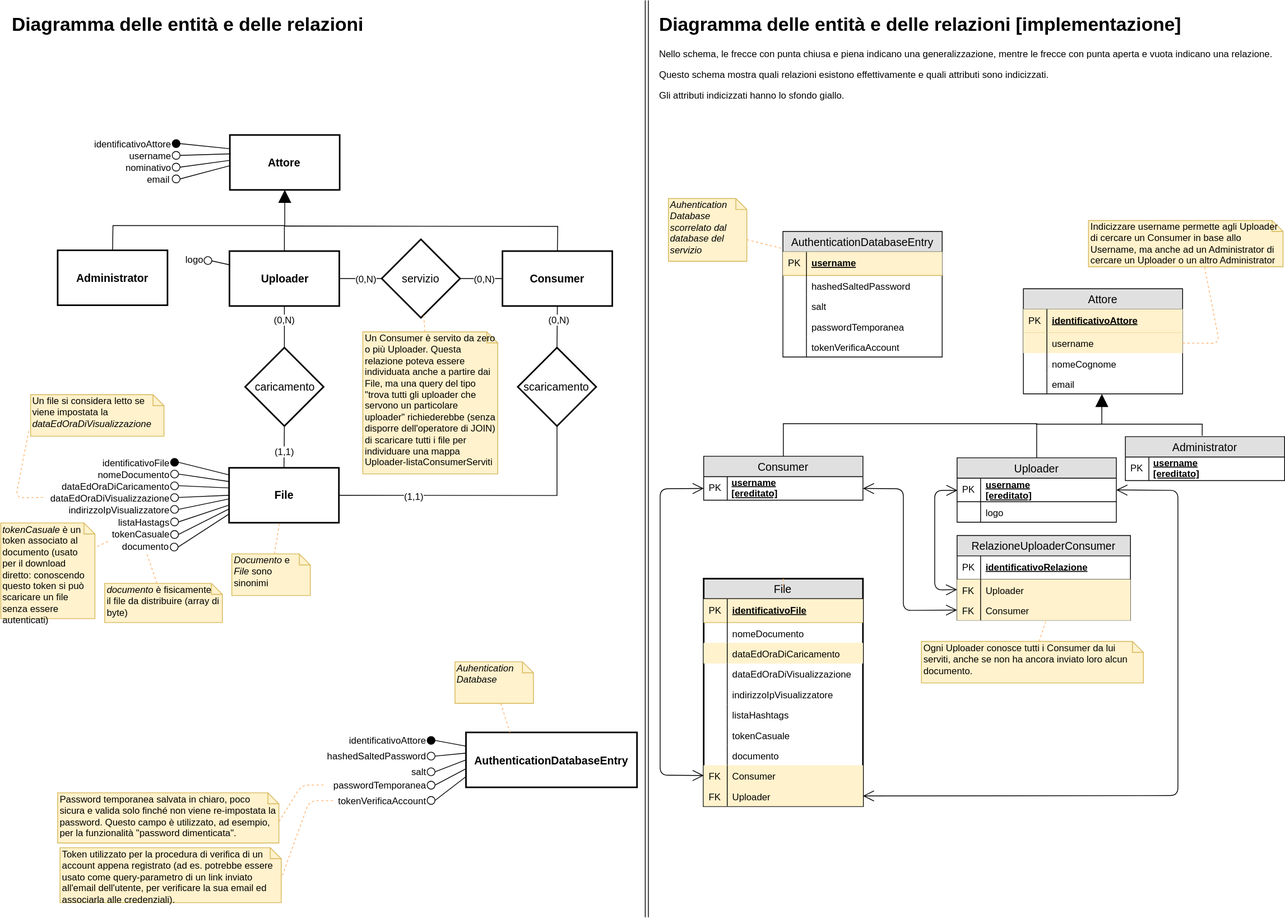
Earlier version of the draw.io export algoritmi schemi e note progettuali/diagramma ER/diagramma_er.svg (matteoferfoglia/progetto-progrweb-2020). Source tidied: cells renumbered, new cells last; positions are measured from the earlier drawing's top-left corner, leaving out a move shared by most shapes.
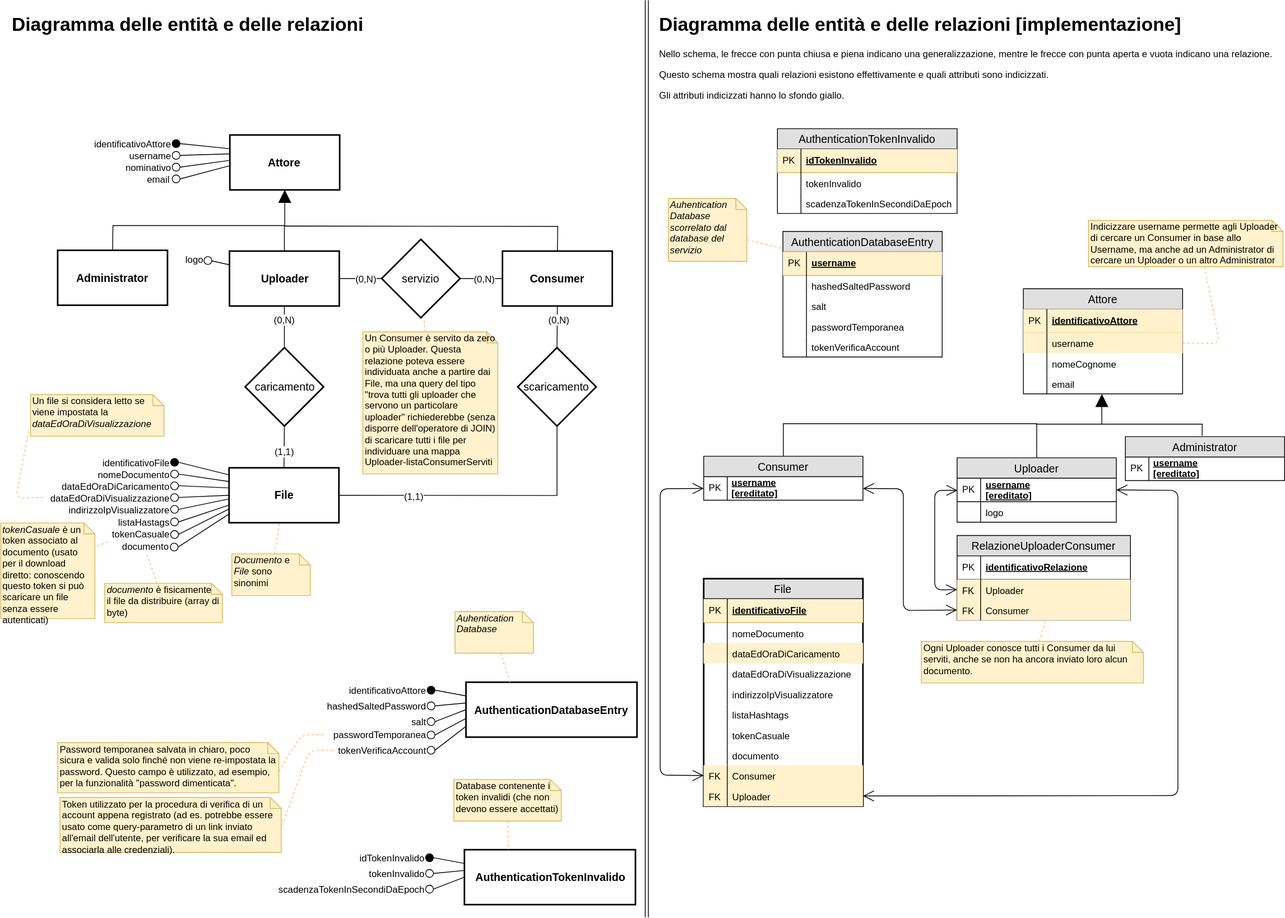
The same file after the commit.

Diff of the diagram source:
```diff
@@ -181,7 +181,7 @@
       <mxGeometry x="0.48" y="1" relative="1" as="geometry" />
     </mxCell>
     <mxCell id="58" value="AuthenticationDatabaseEntry" style="strokeWidth=2;whiteSpace=wrap;html=1;align=center;fontSize=14;fontStyle=1;" parent="1" vertex="1">
-      <mxGeometry x="593.5" y="933" width="218" height="70" as="geometry" />
+      <mxGeometry x="593.5" y="869" width="218" height="70" as="geometry" />
     </mxCell>
     <mxCell id="59" style="group;" parent="1" vertex="1">
       <mxGeometry x="105" y="578.5" width="122" height="20" as="geometry" />
@@ -199,7 +199,7 @@
       <mxGeometry width="112" height="20" as="geometry" />
     </mxCell>
     <mxCell id="64" style="group;" parent="1" vertex="1">
-      <mxGeometry x="432" y="933" width="122" height="20" as="geometry" />
+      <mxGeometry x="432" y="869" width="122" height="20" as="geometry" />
     </mxCell>
     <mxCell id="65" style="group;" parent="64" vertex="1">
       <mxGeometry x="112" y="5.2" width="10" height="10" as="geometry" />
@@ -338,7 +338,7 @@
       <mxGeometry relative="1" as="geometry" />
     </mxCell>
     <mxCell id="109" style="group;" parent="1" vertex="1">
-      <mxGeometry x="442" y="953" width="112" height="20" as="geometry" />
+      <mxGeometry x="442" y="889" width="112" height="20" as="geometry" />
     </mxCell>
     <mxCell id="110" style="group;" parent="109" vertex="1">
       <mxGeometry x="102" y="5.2" width="10" height="10" as="geometry" />
@@ -356,7 +356,7 @@
       <mxGeometry x="-30" width="132" height="20" as="geometry" />
     </mxCell>
     <mxCell id="115" style="group;" parent="1" vertex="1">
-      <mxGeometry x="442" y="973" width="112" height="20" as="geometry" />
+      <mxGeometry x="442" y="909" width="112" height="20" as="geometry" />
     </mxCell>
     <mxCell id="116" style="group;" parent="115" vertex="1">
       <mxGeometry x="102" y="5.2" width="10" height="10" as="geometry" />
@@ -387,11 +387,11 @@
     </mxCell>
     <mxCell id="125" style="endArrow=none;dashed=1;html=1;strokeColor=#FFB570;fillColor=#ffcc99;" parent="124" edge="1" source="126">
       <mxGeometry relative="1" as="geometry">
-        <mxPoint x="75.5" y="227.5" as="targetPoint" />
+        <mxPoint x="75.5" y="163.5" as="targetPoint" />
       </mxGeometry>
     </mxCell>
     <mxCell id="126" value="&lt;i&gt;Auhentication&lt;br&gt;Database&lt;br&gt;&lt;/i&gt;" style="shape=note;whiteSpace=wrap;html=1;size=14;verticalAlign=top;align=left;spacingTop=-6;fillColor=#fff2cc;strokeColor=#d6b656;" parent="1" vertex="1">
-      <mxGeometry x="579.5" y="843" width="100" height="53" as="geometry" />
+      <mxGeometry x="579.5" y="779" width="100" height="53" as="geometry" />
     </mxCell>
     <mxCell id="127" value="servizio" style="shape=rhombus;strokeWidth=2;fontSize=17;perimeter=rhombusPerimeter;whiteSpace=wrap;html=1;align=center;fontSize=14;" parent="1" vertex="1">
       <mxGeometry x="486" y="304.5" width="100" height="100" as="geometry" />
@@ -736,7 +736,7 @@
       <mxGeometry relative="1" as="geometry" />
     </mxCell>
     <mxCell id="222" style="group;" parent="1" vertex="1">
-      <mxGeometry x="442" y="990" width="112" height="20" as="geometry" />
+      <mxGeometry x="442" y="926" width="112" height="20" as="geometry" />
     </mxCell>
     <mxCell id="223" style="group;" parent="222" vertex="1">
       <mxGeometry x="102" y="5.2" width="10" height="10" as="geometry" />
@@ -757,23 +757,23 @@
       <mxGeometry relative="1" as="geometry" />
     </mxCell>
     <mxCell id="229" value="Password temporanea salvata in chiaro, poco sicura e valida solo finché non viene re-impostata la password. Questo campo è utilizzato, ad esempio, per la funzionalità &quot;password dimenticata&quot;." style="shape=note;whiteSpace=wrap;html=1;size=14;verticalAlign=top;align=left;spacingTop=-6;fillColor=#fff2cc;strokeColor=#d6b656;" parent="1" vertex="1">
-      <mxGeometry x="73" y="1010" width="282" height="64" as="geometry" />
+      <mxGeometry x="73" y="946" width="282" height="64" as="geometry" />
     </mxCell>
     <mxCell id="230" style="endArrow=none;dashed=1;html=1;strokeColor=#FFB570;fillColor=#ffcc99;exitX=0;exitY=0.5;exitDx=0;exitDy=0;entryX=0;entryY=0;entryDx=282;entryDy=37;entryPerimeter=0;" parent="1" edge="1" source="227" target="229">
       <mxGeometry relative="1" as="geometry">
         <Array as="points">
-          <mxPoint x="384" y="1000" />
+          <mxPoint x="384" y="936" />
         </Array>
       </mxGeometry>
     </mxCell>
     <mxCell id="231" value="tokenVerificaAccount" style="text;html=1;strokeColor=none;fillColor=none;align=right;verticalAlign=middle;whiteSpace=wrap;rounded=0;labelBackgroundColor=none;" parent="1" vertex="1">
-      <mxGeometry x="424" y="1010" width="120" height="20" as="geometry" />
+      <mxGeometry x="424" y="946" width="120" height="20" as="geometry" />
     </mxCell>
     <mxCell id="232" style="endArrow=none;html=1;strokeWidth=1;exitX=1;exitY=0.5;exitDx=0;exitDy=0;entryX=0.002;entryY=0.8;entryDx=0;entryDy=0;entryPerimeter=0;" parent="1" edge="1" source="236" target="58">
       <mxGeometry relative="1" as="geometry" />
     </mxCell>
     <mxCell id="233" style="group;" parent="1" vertex="1">
-      <mxGeometry x="544" y="1014.7" width="10" height="10" as="geometry" />
+      <mxGeometry x="544" y="950.7" width="10" height="10" as="geometry" />
     </mxCell>
     <mxCell id="234" style="group;" parent="233" vertex="1">
       <mxGeometry width="10" height="10" as="geometry" />
@@ -785,14 +785,103 @@
       <mxGeometry width="10" height="10" as="geometry" />
     </mxCell>
     <mxCell id="237" value="Token utilizzato per la procedura di verifica di un account appena registrato (ad es. potrebbe essere usato come query-parametro di un link inviato all'email dell'utente, per verificare la sua email ed associarla alle credenziali)." style="shape=note;whiteSpace=wrap;html=1;size=14;verticalAlign=top;align=left;spacingTop=-6;fillColor=#fff2cc;strokeColor=#d6b656;" parent="1" vertex="1">
-      <mxGeometry x="76" y="1080" width="282" height="70" as="geometry" />
+      <mxGeometry x="76" y="1016" width="282" height="70" as="geometry" />
     </mxCell>
     <mxCell id="238" style="endArrow=none;dashed=1;html=1;strokeColor=#FFB570;fillColor=#ffcc99;exitX=0;exitY=0.5;exitDx=0;exitDy=0;entryX=0;entryY=0;entryDx=282;entryDy=39;entryPerimeter=0;" parent="1" edge="1" source="231" target="237">
       <mxGeometry relative="1" as="geometry">
         <Array as="points">
-          <mxPoint x="394" y="1020" />
+          <mxPoint x="394" y="956" />
         </Array>
       </mxGeometry>
     </mxCell>
+    <mxCell id="239" value="AuthenticationTokenInvalido" style="strokeWidth=2;whiteSpace=wrap;html=1;align=center;fontSize=14;fontStyle=1;" parent="1" vertex="1">
+      <mxGeometry x="591.5" y="1082.5" width="218" height="70" as="geometry" />
+    </mxCell>
+    <mxCell id="240" style="group;" parent="1" vertex="1">
+      <mxGeometry x="430" y="1082.5" width="122" height="20" as="geometry" />
+    </mxCell>
+    <mxCell id="241" style="group;" parent="240" vertex="1">
+      <mxGeometry x="112" y="5.2" width="10" height="10" as="geometry" />
+    </mxCell>
+    <mxCell id="242" style="ellipse;whiteSpace=wrap;html=1;labelBackgroundColor=#000000;fillColor=#000000;" parent="241" vertex="1">
+      <mxGeometry width="10" height="10" as="geometry" />
+    </mxCell>
+    <mxCell id="243" value="idTokenInvalido" style="text;html=1;strokeColor=none;fillColor=none;align=right;verticalAlign=middle;whiteSpace=wrap;rounded=0;labelBackgroundColor=none;" parent="240" vertex="1">
+      <mxGeometry width="112" height="20" as="geometry" />
+    </mxCell>
+    <mxCell id="244" style="group;" parent="1" vertex="1">
+      <mxGeometry x="440" y="1102.5" width="112" height="20" as="geometry" />
+    </mxCell>
+    <mxCell id="245" style="group;" parent="244" vertex="1">
+      <mxGeometry x="102" y="5.2" width="10" height="10" as="geometry" />
+    </mxCell>
+    <mxCell id="246" style="group;" parent="245" vertex="1">
+      <mxGeometry width="10" height="10" as="geometry" />
+    </mxCell>
+    <mxCell id="247" style="group;" parent="246" vertex="1">
+      <mxGeometry width="10" height="10" as="geometry" />
+    </mxCell>
+    <mxCell id="248" style="ellipse;whiteSpace=wrap;html=1;" parent="247" vertex="1">
+      <mxGeometry width="10" height="10" as="geometry" />
+    </mxCell>
+    <mxCell id="249" value="tokenInvalido" style="text;html=1;strokeColor=none;fillColor=none;align=right;verticalAlign=middle;whiteSpace=wrap;rounded=0;labelBackgroundColor=none;" parent="244" vertex="1">
+      <mxGeometry x="-30" width="132" height="20" as="geometry" />
+    </mxCell>
+    <mxCell id="250" style="group;" parent="1" vertex="1">
+      <mxGeometry x="440" y="1122.5" width="112" height="20" as="geometry" />
+    </mxCell>
+    <mxCell id="251" style="group;" parent="250" vertex="1">
+      <mxGeometry x="102" y="5.2" width="10" height="10" as="geometry" />
+    </mxCell>
+    <mxCell id="252" style="group;" parent="251" vertex="1">
+      <mxGeometry width="10" height="10" as="geometry" />
+    </mxCell>
+    <mxCell id="253" style="group;" parent="252" vertex="1">
+      <mxGeometry width="10" height="10" as="geometry" />
+    </mxCell>
+    <mxCell id="254" style="ellipse;whiteSpace=wrap;html=1;" parent="253" vertex="1">
+      <mxGeometry width="10" height="10" as="geometry" />
+    </mxCell>
+    <mxCell id="255" value="scadenzaTokenInSecondiDaEpoch" style="text;html=1;strokeColor=none;fillColor=none;align=right;verticalAlign=middle;whiteSpace=wrap;rounded=0;labelBackgroundColor=none;" parent="250" vertex="1">
+      <mxGeometry x="-110" width="212" height="20" as="geometry" />
+    </mxCell>
+    <mxCell id="256" style="endArrow=none;html=1;strokeWidth=1;exitX=1;exitY=0.5;exitDx=0;exitDy=0;entryX=0;entryY=0.25;entryDx=0;entryDy=0;" parent="1" edge="1" source="242" target="239">
+      <mxGeometry relative="1" as="geometry" />
+    </mxCell>
+    <mxCell id="257" style="endArrow=none;html=1;strokeWidth=1;exitX=1;exitY=0.5;exitDx=0;exitDy=0;entryX=0.002;entryY=0.377;entryDx=0;entryDy=0;entryPerimeter=0;" parent="1" edge="1" source="248" target="239">
+      <mxGeometry relative="1" as="geometry" />
+    </mxCell>
+    <mxCell id="258" style="endArrow=none;html=1;strokeWidth=1;exitX=1;exitY=0.5;exitDx=0;exitDy=0;entryX=0;entryY=0.5;entryDx=0;entryDy=0;" parent="1" edge="1" source="254" target="239">
+      <mxGeometry relative="1" as="geometry" />
+    </mxCell>
+    <mxCell id="259" style="endArrow=none;dashed=1;html=1;strokeColor=#FFB570;fillColor=#ffcc99;" parent="1" edge="1" source="260">
+      <mxGeometry relative="1" as="geometry">
+        <mxPoint x="647.5" y="1082.5" as="targetPoint" />
+      </mxGeometry>
+    </mxCell>
+    <mxCell id="260" value="Database contenente i token invalidi (che non devono essere accettati)" style="shape=note;whiteSpace=wrap;html=1;size=14;verticalAlign=top;align=left;spacingTop=-6;fillColor=#fff2cc;strokeColor=#d6b656;" parent="1" vertex="1">
+      <mxGeometry x="578" y="993" width="137" height="53" as="geometry" />
+    </mxCell>
+    <mxCell id="261" value="AuthenticationTokenInvalido" style="swimlane;fontStyle=0;horizontal=1;startSize=26;fillColor=#e0e0e0;swimlaneFillColor=#ffffff;align=center;fontSize=14;" parent="1" vertex="1">
+      <mxGeometry x="990.5" y="163.5" width="229" height="108" as="geometry" />
+    </mxCell>
+    <mxCell id="262" value="idTokenInvalido" style="shape=partialRectangle;top=0;left=0;right=0;bottom=1;align=left;verticalAlign=middle;fillColor=#FFF2CC;spacingLeft=34;spacingRight=4;overflow=hidden;fontStyle=5;fontSize=12;strokeColor=#D6B656;" parent="261" vertex="1">
+      <mxGeometry y="26" width="229" height="30" as="geometry" />
+    </mxCell>
+    <mxCell id="263" value="PK" style="shape=partialRectangle;top=0;left=0;bottom=0;fillColor=none;align=left;verticalAlign=middle;spacingLeft=4;spacingRight=4;overflow=hidden;fontSize=12;" parent="262" vertex="1">
+      <mxGeometry width="30" height="30" as="geometry" />
+    </mxCell>
+    <mxCell id="264" value="tokenInvalido" style="shape=partialRectangle;top=0;left=0;right=0;bottom=0;align=left;verticalAlign=top;fillColor=none;spacingLeft=34;spacingRight=4;overflow=hidden;fontSize=12;" parent="261" vertex="1">
+      <mxGeometry y="56" width="229" height="26" as="geometry" />
+    </mxCell>
+    <mxCell id="265" style="shape=partialRectangle;top=0;left=0;bottom=0;fillColor=none;align=left;verticalAlign=top;spacingLeft=4;spacingRight=4;overflow=hidden;fontSize=12;" parent="264" vertex="1">
+      <mxGeometry width="30" height="26" as="geometry" />
+    </mxCell>
+    <mxCell id="266" value="scadenzaTokenInSecondiDaEpoch" style="shape=partialRectangle;top=0;left=0;right=0;bottom=0;align=left;verticalAlign=top;fillColor=none;spacingLeft=34;spacingRight=4;overflow=hidden;fontSize=12;" parent="261" vertex="1">
+      <mxGeometry y="82" width="229" height="26" as="geometry" />
+    </mxCell>
+    <mxCell id="267" style="shape=partialRectangle;top=0;left=0;bottom=0;fillColor=none;align=left;verticalAlign=top;spacingLeft=4;spacingRight=4;overflow=hidden;fontSize=12;" parent="266" vertex="1">
+      <mxGeometry width="30" height="26" as="geometry" />
+    </mxCell>
   </root>
 </mxGraphModel>
```
